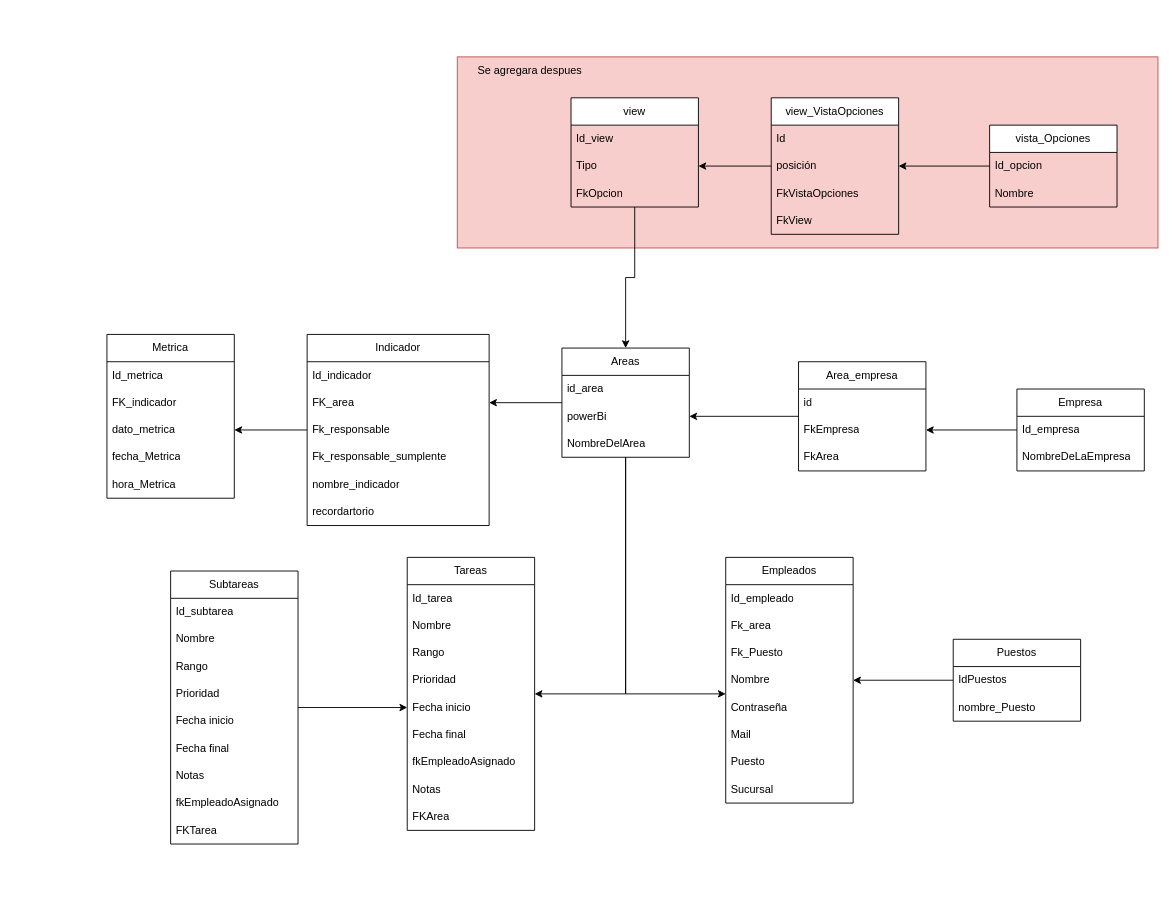
Before: BaseDeDatosDER.drawio in Fran452/KiviuNVCH, a draw.io diagram. Source tidied: cells renumbered, new cells numbered last; positions are measured from the earlier drawing's top-left corner, leaving out a move shared by most shapes. Both pictures are drawn from the tidied source at 91%, with x=0, y=0 at pixel (106, 56).
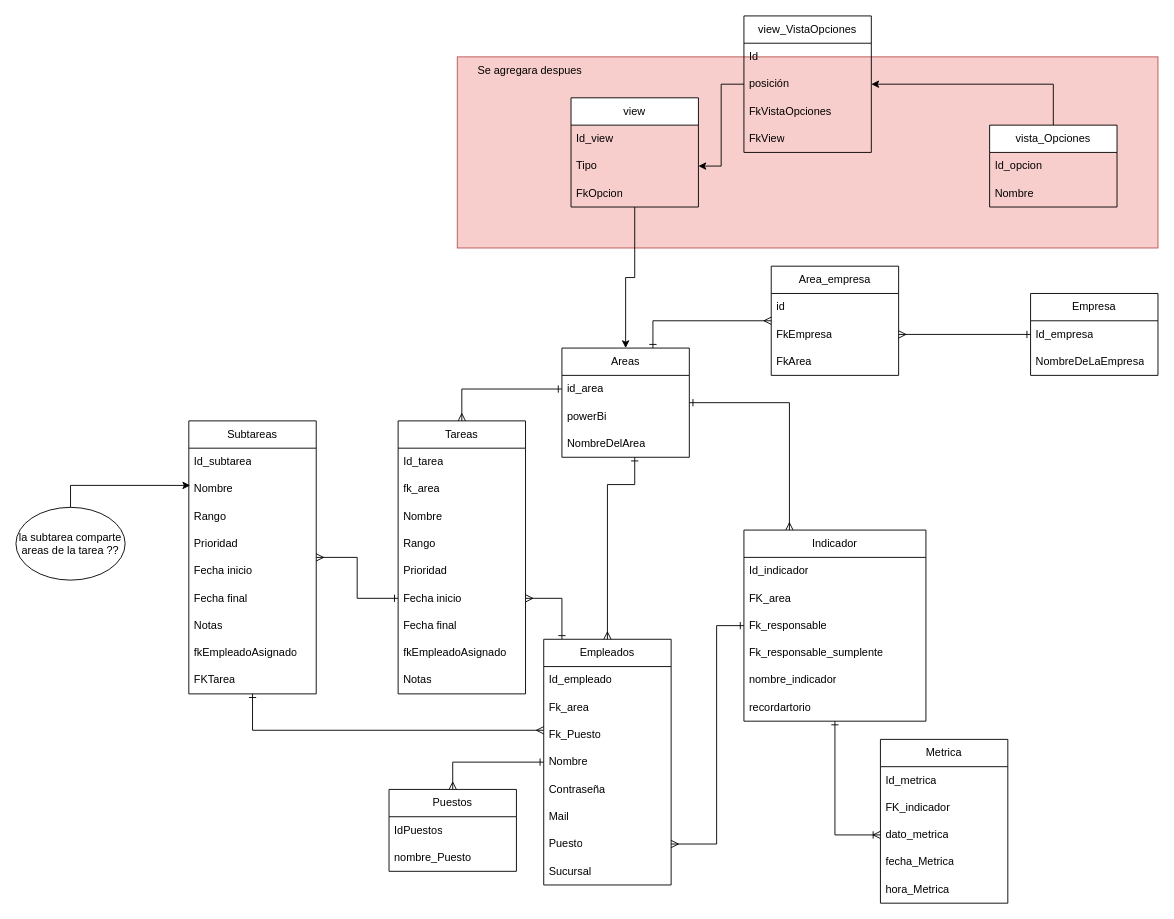
After the change.

Commit message (it also covers changes not shown here):
Creacion del SQL de la base de datos con un SQL con ejemplos, creacion del las coneccion con el SQL de empleados, areas, indicadores, puestos modificacion de las funciones okr -> dataIn

The change refers to these unchanged cells:
```xml
<mxCell id="11" value="Nombre" style="text;strokeColor=none;fillColor=none;align=left;verticalAlign=middle;spacingLeft=4;spacingRight=4;overflow=hidden;points=[[0,0.5],[1,0.5]];portConstraint=eastwest;whiteSpace=wrap;html=1;" parent="7" vertex="1">
  <mxGeometry y="120" width="140" height="30" as="geometry" />
</mxCell>
<mxCell id="14" value="Puesto" style="text;strokeColor=none;fillColor=none;align=left;verticalAlign=middle;spacingLeft=4;spacingRight=4;overflow=hidden;points=[[0,0.5],[1,0.5]];portConstraint=eastwest;whiteSpace=wrap;html=1;" parent="7" vertex="1">
  <mxGeometry y="210" width="140" height="30" as="geometry" />
</mxCell>
<mxCell id="34" value="Areas" style="swimlane;fontStyle=0;horizontal=1;startSize=30;whiteSpace=wrap;html=1;" parent="1" vertex="1">
  <mxGeometry x="500" y="320" width="140" height="120" as="geometry" />
</mxCell>
<mxCell id="35" value="id_area" style="text;strokeColor=none;fillColor=none;align=left;verticalAlign=middle;spacingLeft=4;spacingRight=4;overflow=hidden;points=[[0,0.5],[1,0.5]];portConstraint=eastwest;whiteSpace=wrap;html=1;" parent="34" vertex="1">
  <mxGeometry y="30" width="140" height="30" as="geometry" />
</mxCell>
<mxCell id="36" value="powerBi" style="text;strokeColor=none;fillColor=none;align=left;verticalAlign=middle;spacingLeft=4;spacingRight=4;overflow=hidden;points=[[0,0.5],[1,0.5]];portConstraint=eastwest;whiteSpace=wrap;html=1;" parent="34" vertex="1">
  <mxGeometry y="60" width="140" height="30" as="geometry" />
</mxCell>
<mxCell id="41" value="FkEmpresa" style="text;strokeColor=none;fillColor=none;align=left;verticalAlign=middle;spacingLeft=4;spacingRight=4;overflow=hidden;points=[[0,0.5],[1,0.5]];portConstraint=eastwest;whiteSpace=wrap;html=1;" parent="39" vertex="1">
  <mxGeometry y="60" width="140" height="30" as="geometry" />
</mxCell>
<mxCell id="56" value="Nombre" style="text;strokeColor=none;fillColor=none;align=left;verticalAlign=middle;spacingLeft=4;spacingRight=4;overflow=hidden;points=[[0,0.5],[1,0.5]];portConstraint=eastwest;whiteSpace=wrap;html=1;" parent="54" vertex="1">
  <mxGeometry y="60" width="140" height="30" as="geometry" />
</mxCell>
<mxCell id="63" value="FKTarea" style="text;strokeColor=none;fillColor=none;align=left;verticalAlign=middle;spacingLeft=4;spacingRight=4;overflow=hidden;points=[[0,0.5],[1,0.5]];portConstraint=eastwest;whiteSpace=wrap;html=1;" parent="54" vertex="1">
  <mxGeometry y="270" width="140" height="30" as="geometry" />
</mxCell>
<mxCell id="67" value="dato_metrica" style="text;strokeColor=none;fillColor=none;align=left;verticalAlign=middle;spacingLeft=4;spacingRight=4;overflow=hidden;points=[[0,0.5],[1,0.5]];portConstraint=eastwest;whiteSpace=wrap;html=1;" parent="64" vertex="1">
  <mxGeometry y="90" width="140" height="30" as="geometry" />
</mxCell>
<mxCell id="74" value="FK_area" style="text;strokeColor=none;fillColor=none;align=left;verticalAlign=middle;spacingLeft=4;spacingRight=4;overflow=hidden;points=[[0,0.5],[1,0.5]];portConstraint=eastwest;whiteSpace=wrap;html=1;" parent="72" vertex="1">
  <mxGeometry y="60" width="200" height="30" as="geometry" />
</mxCell>
```

Diff of the diagram source:
```diff
@@
-    <mxCell id="3" style="edgeStyle=orthogonalEdgeStyle;rounded=0;jettySize=auto;html=1;" parent="1" edge="1" source="4" target="41">
+    <mxCell id="3" style="edgeStyle=orthogonalEdgeStyle;rounded=0;jettySize=auto;html=1;startArrow=ERone;startFill=0;endArrow=ERmany;endFill=0;" parent="1" edge="1" source="4" target="41">
       <mxGeometry relative="1" as="geometry" />
     </mxCell>
     <mxCell id="4" value="Empresa" style="swimlane;fontStyle=0;horizontal=1;startSize=30;whiteSpace=wrap;html=1;" parent="1" vertex="1">
-      <mxGeometry x="1000" y="365" width="140" height="90" as="geometry" />
+      <mxGeometry x="1015" y="260" width="140" height="90" as="geometry" />
     </mxCell>
@@
+    <mxCell id="83" style="edgeStyle=orthogonalEdgeStyle;rounded=0;jettySize=auto;html=1;startArrow=ERone;startFill=0;endArrow=ERmany;endFill=0;" parent="1" edge="1" source="7" target="26">
+      <mxGeometry relative="1" as="geometry">
+        <Array as="points">
+          <mxPoint x="500" y="595" />
+        </Array>
+      </mxGeometry>
+    </mxCell>
+    <mxCell id="84" style="edgeStyle=orthogonalEdgeStyle;rounded=0;jettySize=auto;html=1;startArrow=ERmany;startFill=0;endArrow=ERone;endFill=0;" parent="1" edge="1" source="7" target="63">
+      <mxGeometry relative="1" as="geometry">
+        <Array as="points">
+          <mxPoint x="160" y="740" />
+        </Array>
+      </mxGeometry>
+    </mxCell>
     <mxCell id="7" value="Empleados" style="swimlane;fontStyle=0;horizontal=1;startSize=30;whiteSpace=wrap;html=1;" parent="1" vertex="1">
-      <mxGeometry x="680" y="550" width="140" height="270" as="geometry" />
+      <mxGeometry x="480" y="640" width="140" height="270" as="geometry" />
     </mxCell>
@@
+    <mxCell id="85" style="edgeStyle=orthogonalEdgeStyle;rounded=0;jettySize=auto;html=1;startArrow=ERmany;startFill=0;endArrow=ERone;endFill=0;" parent="1" edge="1" source="21" target="35">
+      <mxGeometry relative="1" as="geometry" />
+    </mxCell>
     <mxCell id="21" value="Tareas" style="swimlane;fontStyle=0;horizontal=1;startSize=30;whiteSpace=wrap;html=1;" parent="1" vertex="1">
-      <mxGeometry x="330" y="550" width="140" height="300" as="geometry" />
+      <mxGeometry x="320" y="400" width="140" height="300" as="geometry" />
     </mxCell>
@@
+    <mxCell id="86" value="fk_area" style="text;strokeColor=none;fillColor=none;align=left;verticalAlign=middle;spacingLeft=4;spacingRight=4;overflow=hidden;whiteSpace=wrap;html=1;" parent="21" vertex="1">
+      <mxGeometry y="60" width="140" height="30" as="geometry" />
+    </mxCell>
     <mxCell id="23" value="Nombre" style="text;strokeColor=none;fillColor=none;align=left;verticalAlign=middle;spacingLeft=4;spacingRight=4;overflow=hidden;whiteSpace=wrap;html=1;" parent="21" vertex="1">
-      <mxGeometry y="60" width="140" height="30" as="geometry" />
+      <mxGeometry y="90" width="140" height="30" as="geometry" />
     </mxCell>
     <mxCell id="24" value="Rango&lt;span style=&quot;white-space: pre;&quot;&gt;&#9;&lt;/span&gt;" style="text;strokeColor=none;fillColor=none;align=left;verticalAlign=middle;spacingLeft=4;spacingRight=4;overflow=hidden;whiteSpace=wrap;html=1;" parent="21" vertex="1">
-      <mxGeometry y="90" width="140" height="30" as="geometry" />
+      <mxGeometry y="120" width="140" height="30" as="geometry" />
     </mxCell>
     <mxCell id="25" value="Prioridad" style="text;strokeColor=none;fillColor=none;align=left;verticalAlign=middle;spacingLeft=4;spacingRight=4;overflow=hidden;whiteSpace=wrap;html=1;" parent="21" vertex="1">
-      <mxGeometry y="120" width="140" height="30" as="geometry" />
+      <mxGeometry y="150" width="140" height="30" as="geometry" />
     </mxCell>
     <mxCell id="26" value="Fecha inicio" style="text;strokeColor=none;fillColor=none;align=left;verticalAlign=middle;spacingLeft=4;spacingRight=4;overflow=hidden;points=[[0,0.5],[1,0.5]];portConstraint=eastwest;whiteSpace=wrap;html=1;" parent="21" vertex="1">
-      <mxGeometry y="150" width="140" height="30" as="geometry" />
+      <mxGeometry y="180" width="140" height="30" as="geometry" />
     </mxCell>
     <mxCell id="27" value="Fecha final" style="text;strokeColor=none;fillColor=none;align=left;verticalAlign=middle;spacingLeft=4;spacingRight=4;overflow=hidden;whiteSpace=wrap;html=1;" parent="21" vertex="1">
-      <mxGeometry y="180" width="140" height="30" as="geometry" />
+      <mxGeometry y="210" width="140" height="30" as="geometry" />
     </mxCell>
     <mxCell id="28" value="fkEmpleadoAsignado" style="text;strokeColor=none;fillColor=none;align=left;verticalAlign=middle;spacingLeft=4;spacingRight=4;overflow=hidden;whiteSpace=wrap;html=1;" parent="21" vertex="1">
-      <mxGeometry y="210" width="140" height="30" as="geometry" />
+      <mxGeometry y="240" width="140" height="30" as="geometry" />
     </mxCell>
     <mxCell id="29" value="Notas" style="text;strokeColor=none;fillColor=none;align=left;verticalAlign=middle;spacingLeft=4;spacingRight=4;overflow=hidden;whiteSpace=wrap;html=1;" parent="21" vertex="1">
-      <mxGeometry y="240" width="140" height="30" as="geometry" />
+      <mxGeometry y="270" width="140" height="30" as="geometry" />
     </mxCell>
-    <mxCell id="30" value="FKArea" style="text;strokeColor=none;fillColor=none;align=left;verticalAlign=middle;spacingLeft=4;spacingRight=4;overflow=hidden;whiteSpace=wrap;html=1;" parent="21" vertex="1">
-      <mxGeometry y="270" width="140" height="30" as="geometry" />
-    </mxCell>
-    <mxCell id="31" style="edgeStyle=orthogonalEdgeStyle;rounded=0;jettySize=auto;html=1;" parent="1" edge="1" source="34" target="21">
-      <mxGeometry relative="1" as="geometry">
-        <Array as="points">
-          <mxPoint x="570" y="700" />
-        </Array>
-      </mxGeometry>
-    </mxCell>
-    <mxCell id="32" style="edgeStyle=orthogonalEdgeStyle;rounded=0;jettySize=auto;html=1;" parent="1" edge="1" source="34" target="74">
-      <mxGeometry relative="1" as="geometry" />
-    </mxCell>
-    <mxCell id="33" style="edgeStyle=orthogonalEdgeStyle;rounded=0;jettySize=auto;html=1;" parent="1" edge="1" source="34" target="7">
+    <mxCell id="33" style="edgeStyle=orthogonalEdgeStyle;rounded=0;jettySize=auto;html=1;startArrow=ERone;startFill=0;endArrow=ERmany;endFill=0;" parent="1" edge="1" source="34" target="7">
       <mxGeometry relative="1" as="geometry">
         <Array as="points">
-          <mxPoint x="570" y="700" />
+          <mxPoint x="580" y="470" />
         </Array>
       </mxGeometry>
     </mxCell>
+    <mxCell id="87" style="edgeStyle=orthogonalEdgeStyle;rounded=0;jettySize=auto;html=1;startArrow=ERone;startFill=0;endArrow=ERmany;endFill=0;" parent="1" edge="1" source="34" target="72">
+      <mxGeometry relative="1" as="geometry">
+        <Array as="points">
+          <mxPoint x="750" y="380" />
+          <mxPoint x="750" y="690" />
+          <mxPoint x="740" y="690" />
+        </Array>
+      </mxGeometry>
+    </mxCell>
@@
-    <mxCell id="38" style="edgeStyle=orthogonalEdgeStyle;rounded=0;jettySize=auto;html=1;" parent="1" edge="1" source="39" target="36">
-      <mxGeometry relative="1" as="geometry" />
+    <mxCell id="38" style="edgeStyle=orthogonalEdgeStyle;rounded=0;jettySize=auto;html=1;endArrow=ERone;endFill=0;startArrow=ERmany;startFill=0;" parent="1" edge="1" source="39" target="34">
+      <mxGeometry relative="1" as="geometry">
+        <Array as="points">
+          <mxPoint x="600" y="290" />
+        </Array>
+      </mxGeometry>
     </mxCell>
     <mxCell id="39" value="Area_empresa" style="swimlane;fontStyle=0;horizontal=1;startSize=30;whiteSpace=wrap;html=1;" parent="1" vertex="1">
-      <mxGeometry x="760" y="335" width="140" height="120" as="geometry" />
+      <mxGeometry x="730" y="230" width="140" height="120" as="geometry" />
     </mxCell>
@@
     <mxCell id="48" value="view_VistaOpciones" style="swimlane;fontStyle=0;horizontal=1;startSize=30;whiteSpace=wrap;html=1;" parent="1" vertex="1">
-      <mxGeometry x="730" y="45" width="140" height="150" as="geometry" />
+      <mxGeometry x="700" y="-45" width="140" height="150" as="geometry" />
     </mxCell>
@@
-    <mxCell id="53" style="edgeStyle=orthogonalEdgeStyle;rounded=0;jettySize=auto;html=1;" parent="1" edge="1" source="54" target="26">
+    <mxCell id="53" style="edgeStyle=orthogonalEdgeStyle;rounded=0;jettySize=auto;html=1;startArrow=ERmany;startFill=0;endArrow=ERone;endFill=0;" parent="1" edge="1" source="54" target="26">
       <mxGeometry relative="1" as="geometry" />
     </mxCell>
     <mxCell id="54" value="Subtareas" style="swimlane;fontStyle=0;horizontal=1;startSize=30;whiteSpace=wrap;html=1;" parent="1" vertex="1">
-      <mxGeometry x="70" y="565" width="140" height="300" as="geometry" />
+      <mxGeometry x="90" y="400" width="140" height="300" as="geometry" />
     </mxCell>
@@
     <mxCell id="64" value="Metrica" style="swimlane;fontStyle=0;horizontal=1;startSize=30;whiteSpace=wrap;html=1;" parent="1" vertex="1">
-      <mxGeometry y="305" width="140" height="180" as="geometry" />
+      <mxGeometry x="850" y="750" width="140" height="180" as="geometry" />
     </mxCell>
@@
-    <mxCell id="71" style="edgeStyle=orthogonalEdgeStyle;rounded=0;jettySize=auto;html=1;" parent="1" edge="1" source="72" target="67">
+    <mxCell id="71" style="edgeStyle=orthogonalEdgeStyle;rounded=0;jettySize=auto;html=1;endArrow=ERoneToMany;endFill=0;startArrow=ERone;startFill=0;" parent="1" edge="1" source="72" target="67">
       <mxGeometry relative="1" as="geometry" />
     </mxCell>
+    <mxCell id="88" style="edgeStyle=orthogonalEdgeStyle;rounded=0;jettySize=auto;html=1;startArrow=ERone;startFill=0;endArrow=ERmany;endFill=0;" parent="1" edge="1" source="72" target="14">
+      <mxGeometry relative="1" as="geometry">
+        <Array as="points">
+          <mxPoint x="670" y="625" />
+          <mxPoint x="670" y="865" />
+        </Array>
+      </mxGeometry>
+    </mxCell>
     <mxCell id="72" value="Indicador" style="swimlane;fontStyle=0;horizontal=1;startSize=30;whiteSpace=wrap;html=1;" parent="1" vertex="1">
-      <mxGeometry x="220" y="305" width="200" height="210" as="geometry" />
+      <mxGeometry x="700" y="520" width="200" height="210" as="geometry" />
     </mxCell>
@@
-    <mxCell id="79" style="edgeStyle=orthogonalEdgeStyle;rounded=0;jettySize=auto;html=1;" parent="1" edge="1" source="80" target="11">
+    <mxCell id="79" style="edgeStyle=orthogonalEdgeStyle;rounded=0;jettySize=auto;html=1;startArrow=ERmany;startFill=0;endArrow=ERone;endFill=0;" parent="1" edge="1" source="80" target="11">
       <mxGeometry relative="1" as="geometry" />
     </mxCell>
     <mxCell id="80" value="Puestos" style="swimlane;fontStyle=0;horizontal=1;startSize=30;whiteSpace=wrap;html=1;" parent="1" vertex="1">
-      <mxGeometry x="930" y="640" width="140" height="90" as="geometry" />
+      <mxGeometry x="310" y="805" width="140" height="90" as="geometry" />
     </mxCell>
@@
+    <mxCell id="89" value="la subtarea comparte areas de la tarea ??" style="ellipse;whiteSpace=wrap;html=1;" parent="1" vertex="1">
+      <mxGeometry x="-100" y="495" width="120" height="80" as="geometry" />
+    </mxCell>
+    <mxCell id="90" style="edgeStyle=orthogonalEdgeStyle;rounded=0;jettySize=auto;html=1;exitX=0.5;exitY=0;exitDx=0;exitDy=0;entryX=0.011;entryY=0.364;entryDx=0;entryDy=0;entryPerimeter=0;" parent="1" edge="1" source="89" target="56">
+      <mxGeometry relative="1" as="geometry" />
+    </mxCell>
```
